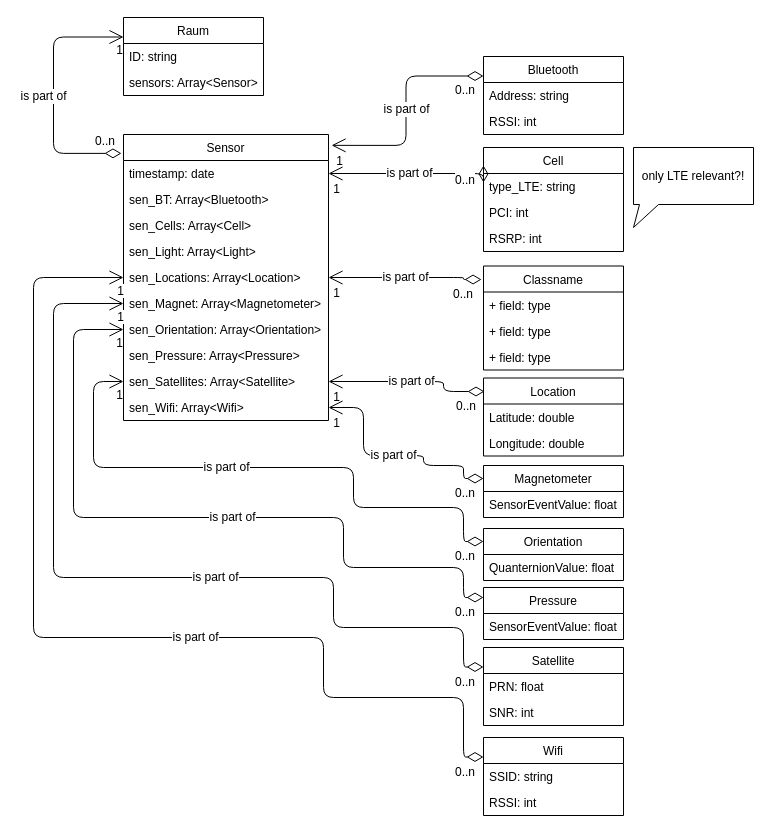
Earlier version of the draw.io diagram FP_DataModel.drawio (wurmc/DataModelling). Source tidied: cells renumbered, new cells numbered last; positions are measured from the earlier drawing's top-left corner, leaving out a move shared by most shapes. Both pictures are drawn from the tidied source at 100%, with x=0, y=0 at pixel (33, 17).
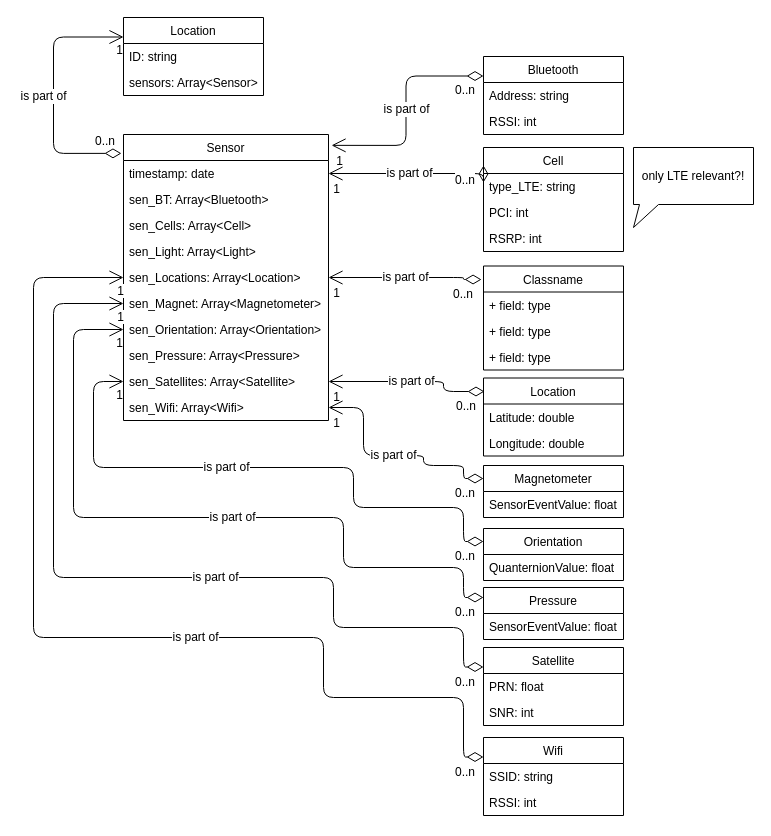
The same diagram, later.

Diff of the diagram source:
```diff
@@
-    <mxCell id="2" value="Raum" style="swimlane;fontStyle=0;horizontal=1;startSize=26;fillColor=none;" parent="1" vertex="1">
+    <mxCell id="2" value="Location" style="swimlane;fontStyle=0;horizontal=1;startSize=26;fillColor=none;" parent="1" vertex="1">
       <mxGeometry x="90" width="140" height="78" as="geometry" />
     </mxCell>
```
